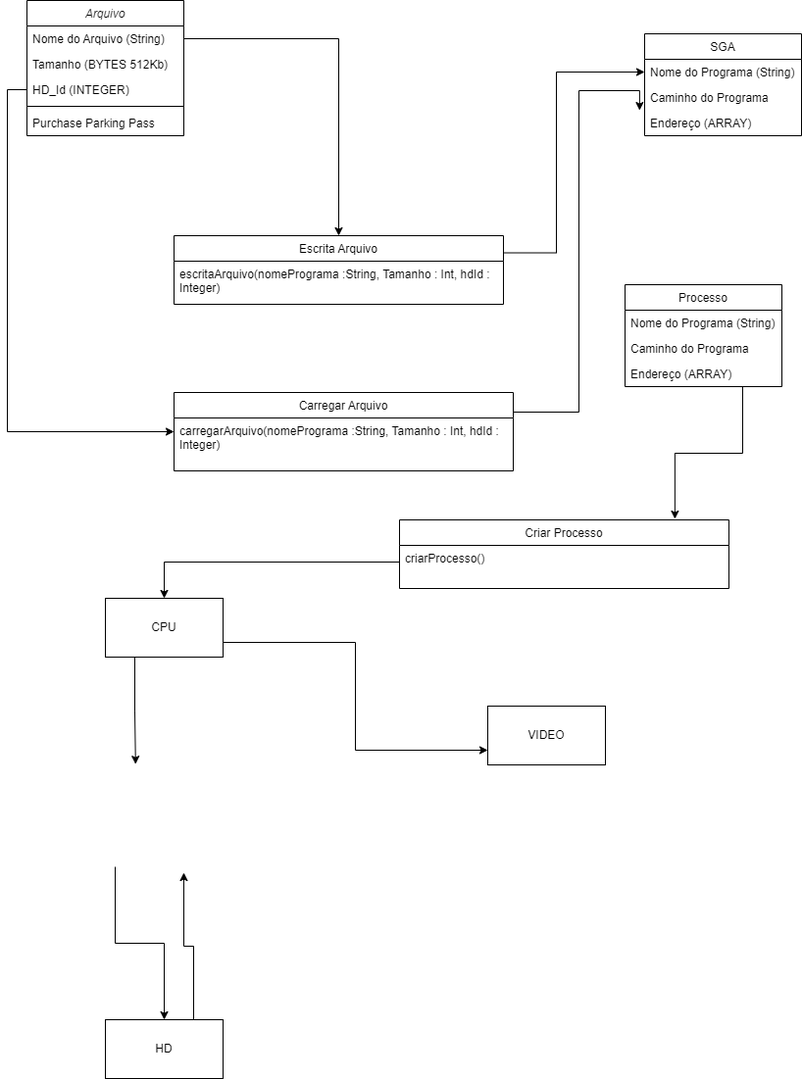
The draw.io diagram UML.drawio.png in MatheusRCapanema/DOOR.10, before a commit. Source tidied: cells renumbered, new cells last; positions are measured from the earlier drawing's top-left corner, leaving out a move shared by most shapes.
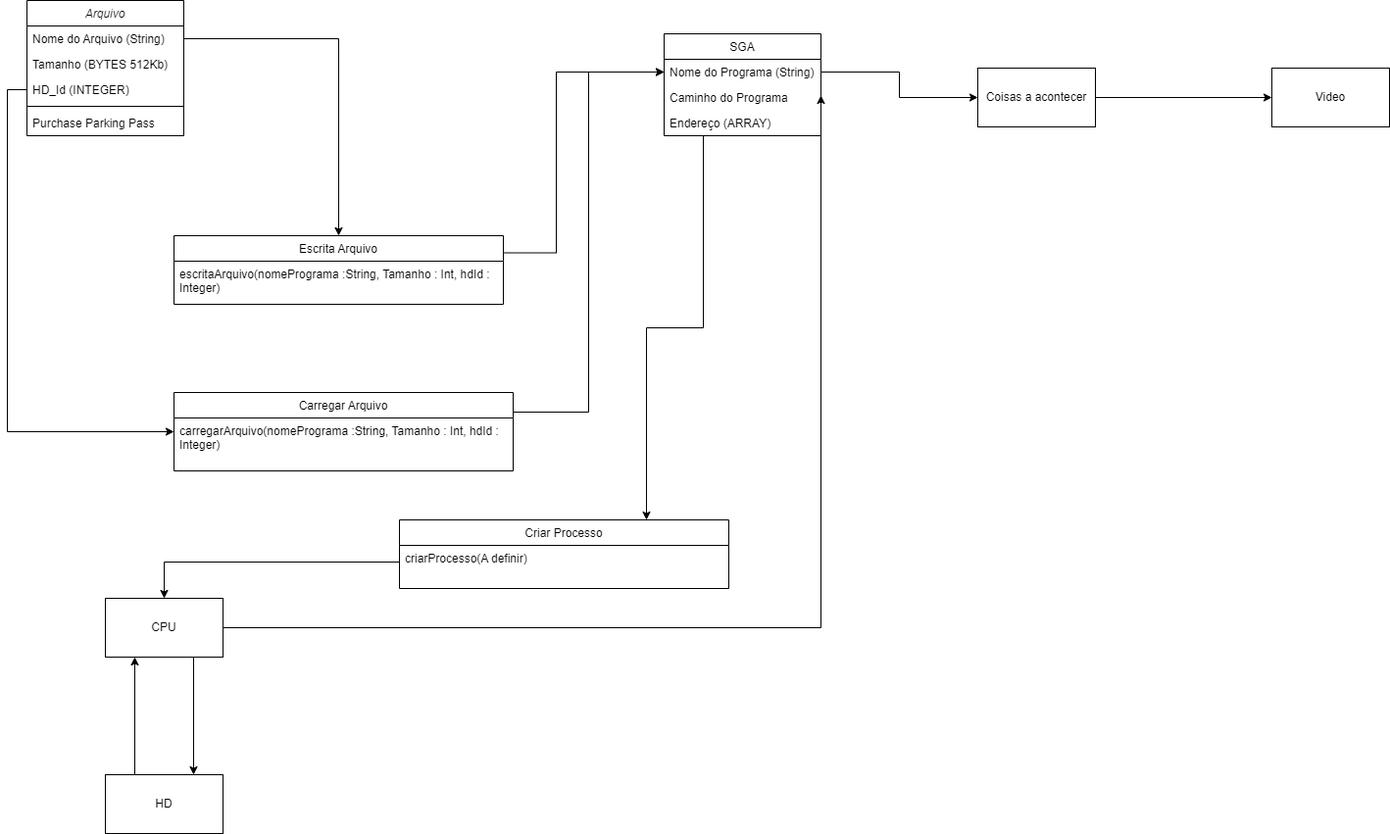
Later version of the same file.

The edit, as a diff of the source:
```diff
@@ -20,8 +20,9 @@
     <mxCell id="7" value="Purchase Parking Pass" style="text;align=left;verticalAlign=top;spacingLeft=4;spacingRight=4;overflow=hidden;" parent="2" vertex="1">
       <mxGeometry y="112" width="160" height="26" as="geometry" />
     </mxCell>
-    <mxCell id="8" style="edgeStyle=orthogonalEdgeStyle;rounded=0;jettySize=auto;html=1;exitX=1;exitY=0.25;exitDx=0;exitDy=0;entryX=0;entryY=0.5;entryDx=0;entryDy=0;" parent="1" edge="1" source="9" target="32">
+    <mxCell id="8" style="edgeStyle=orthogonalEdgeStyle;rounded=0;jettySize=auto;html=1;exitX=1;exitY=0.25;exitDx=0;exitDy=0;entryX=0;entryY=0.5;entryDx=0;entryDy=0;" parent="1" edge="1" source="9">
       <mxGeometry relative="1" as="geometry">
+        <mxPoint x="650" y="73" as="targetPoint" />
         <Array as="points">
           <mxPoint x="540" y="258" />
           <mxPoint x="540" y="73" />
@@ -34,7 +35,7 @@
     <mxCell id="10" value="escritaArquivo(nomePrograma :String, Tamanho : Int, hdId : &#10;Integer)" style="text;align=left;verticalAlign=top;spacingLeft=4;spacingRight=4;overflow=hidden;rounded=0;shadow=0;html=0;" parent="9" vertex="1">
       <mxGeometry y="26" width="336" height="34" as="geometry" />
     </mxCell>
-    <mxCell id="11" style="edgeStyle=orthogonalEdgeStyle;rounded=0;jettySize=auto;html=1;exitX=1;exitY=0.25;exitDx=0;exitDy=0;entryX=-0.032;entryY=0.005;entryDx=0;entryDy=0;entryPerimeter=0;" parent="1" edge="1" source="12" target="34">
+    <mxCell id="11" style="edgeStyle=orthogonalEdgeStyle;rounded=0;jettySize=auto;html=1;exitX=1;exitY=0.25;exitDx=0;exitDy=0;entryX=0;entryY=0.5;entryDx=0;entryDy=0;" parent="1" edge="1" source="12" target="33">
       <mxGeometry relative="1" as="geometry" />
     </mxCell>
     <mxCell id="12" value="Carregar Arquivo" style="swimlane;fontStyle=0;align=center;verticalAlign=top;horizontal=1;startSize=26;rounded=0;shadow=0;strokeWidth=1;" parent="1" vertex="1">
@@ -43,74 +44,64 @@
     <mxCell id="13" value="carregarArquivo(nomePrograma :String, Tamanho : Int, hdId : &#10;Integer)" style="text;align=left;verticalAlign=top;spacingLeft=4;spacingRight=4;overflow=hidden;rounded=0;shadow=0;html=0;" parent="12" vertex="1">
       <mxGeometry y="26" width="346" height="54" as="geometry" />
     </mxCell>
-    <mxCell id="14" style="edgeStyle=orthogonalEdgeStyle;rounded=0;jettySize=auto;html=1;exitX=0.75;exitY=1;exitDx=0;exitDy=0;entryX=0.836;entryY=-0.014;entryDx=0;entryDy=0;entryPerimeter=0;" parent="1" edge="1" source="15" target="27">
-      <mxGeometry relative="1" as="geometry" />
-    </mxCell>
-    <mxCell id="15" value="Processo" style="swimlane;fontStyle=0;align=center;verticalAlign=top;horizontal=1;startSize=26;rounded=0;shadow=0;strokeWidth=1;" parent="1" vertex="1">
-      <mxGeometry x="610" y="290" width="160" height="104" as="geometry" />
-    </mxCell>
-    <mxCell id="16" value="Nome do Programa (String)" style="text;align=left;verticalAlign=top;spacingLeft=4;spacingRight=4;overflow=hidden;" parent="15" vertex="1">
-      <mxGeometry y="26" width="160" height="26" as="geometry" />
-    </mxCell>
-    <mxCell id="17" value="Caminho do Programa" style="text;align=left;verticalAlign=top;spacingLeft=4;spacingRight=4;overflow=hidden;rounded=0;shadow=0;html=0;" parent="15" vertex="1">
-      <mxGeometry y="52" width="160" height="26" as="geometry" />
-    </mxCell>
-    <mxCell id="18" value="Endereço (ARRAY)" style="text;align=left;verticalAlign=top;spacingLeft=4;spacingRight=4;overflow=hidden;rounded=0;shadow=0;html=0;" parent="15" vertex="1">
-      <mxGeometry y="78" width="160" height="22" as="geometry" />
-    </mxCell>
     <mxCell id="19" style="edgeStyle=orthogonalEdgeStyle;rounded=0;jettySize=auto;html=1;exitX=1;exitY=0.5;exitDx=0;exitDy=0;entryX=0.5;entryY=0;entryDx=0;entryDy=0;" parent="1" edge="1" source="3" target="9">
       <mxGeometry relative="1" as="geometry" />
     </mxCell>
     <mxCell id="20" style="edgeStyle=orthogonalEdgeStyle;rounded=0;jettySize=auto;html=1;exitX=0;exitY=0.5;exitDx=0;exitDy=0;entryX=0;entryY=0.5;entryDx=0;entryDy=0;" parent="1" edge="1" source="5" target="12">
       <mxGeometry relative="1" as="geometry" />
     </mxCell>
-    <mxCell id="21" style="edgeStyle=orthogonalEdgeStyle;rounded=0;jettySize=auto;html=1;exitX=1;exitY=0.75;exitDx=0;exitDy=0;entryX=0;entryY=0.75;entryDx=0;entryDy=0;" parent="1" edge="1" source="23" target="26">
-      <mxGeometry relative="1" as="geometry" />
-    </mxCell>
-    <mxCell id="22" style="edgeStyle=orthogonalEdgeStyle;rounded=0;jettySize=auto;html=1;exitX=0.25;exitY=1;exitDx=0;exitDy=0;entryX=0.38;entryY=-0.008;entryDx=0;entryDy=0;entryPerimeter=0;" parent="1" edge="1" source="23">
-      <mxGeometry relative="1" as="geometry">
-        <mxPoint x="110.8" y="779.2" as="targetPoint" />
-      </mxGeometry>
-    </mxCell>
+    <mxCell id="35" style="edgeStyle=orthogonalEdgeStyle;rounded=0;jettySize=auto;html=1;exitX=0.75;exitY=1;exitDx=0;exitDy=0;entryX=0.75;entryY=0;entryDx=0;entryDy=0;" parent="1" edge="1" source="23" target="25">
+      <mxGeometry relative="1" as="geometry" />
+    </mxCell>
+    <mxCell id="36" style="edgeStyle=orthogonalEdgeStyle;rounded=0;jettySize=auto;html=1;exitX=1;exitY=0.5;exitDx=0;exitDy=0;entryX=1;entryY=0.5;entryDx=0;entryDy=0;" parent="1" edge="1" source="23">
+      <mxGeometry relative="1" as="geometry">
+        <mxPoint x="810" y="97" as="targetPoint" />
+      </mxGeometry>
+    </mxCell>
     <mxCell id="23" value="CPU" style="rounded=0;whiteSpace=wrap;html=1;" parent="1" vertex="1">
       <mxGeometry x="80" y="610" width="120" height="60" as="geometry" />
     </mxCell>
-    <mxCell id="24" style="edgeStyle=orthogonalEdgeStyle;rounded=0;jettySize=auto;html=1;exitX=0.75;exitY=0;exitDx=0;exitDy=0;" parent="1" edge="1" source="25">
-      <mxGeometry relative="1" as="geometry">
-        <mxPoint x="160" y="890" as="targetPoint" />
-      </mxGeometry>
-    </mxCell>
+    <mxCell id="37" style="edgeStyle=orthogonalEdgeStyle;rounded=0;jettySize=auto;html=1;exitX=0.25;exitY=0;exitDx=0;exitDy=0;entryX=0.25;entryY=1;entryDx=0;entryDy=0;" parent="1" edge="1" source="25" target="23">
+      <mxGeometry relative="1" as="geometry" />
+    </mxCell>
     <mxCell id="25" value="HD" style="rounded=0;whiteSpace=wrap;html=1;" parent="1" vertex="1">
-      <mxGeometry x="80" y="1040" width="120" height="60" as="geometry" />
+      <mxGeometry x="80" y="790" width="120" height="60" as="geometry" />
     </mxCell>
-    <mxCell id="26" value="VIDEO" style="rounded=0;whiteSpace=wrap;html=1;" parent="1" vertex="1">
-      <mxGeometry x="470" y="720" width="120" height="60" as="geometry" />
-    </mxCell>
     <mxCell id="27" value="Criar Processo" style="swimlane;fontStyle=0;align=center;verticalAlign=top;horizontal=1;startSize=26;rounded=0;shadow=0;strokeWidth=1;" parent="1" vertex="1">
       <mxGeometry x="380" y="530" width="336" height="70" as="geometry" />
     </mxCell>
-    <mxCell id="28" value="criarProcesso()" style="text;align=left;verticalAlign=top;spacingLeft=4;spacingRight=4;overflow=hidden;points=[[0,0.5],[1,0.5]];portConstraint=eastwest;rounded=0;shadow=0;html=0;" parent="27" vertex="1">
+    <mxCell id="28" value="criarProcesso(A definir)" style="text;align=left;verticalAlign=top;spacingLeft=4;spacingRight=4;overflow=hidden;points=[[0,0.5],[1,0.5]];portConstraint=eastwest;rounded=0;shadow=0;html=0;" parent="27" vertex="1">
       <mxGeometry y="26" width="336" height="34" as="geometry" />
     </mxCell>
     <mxCell id="29" style="edgeStyle=orthogonalEdgeStyle;rounded=0;jettySize=auto;html=1;exitX=0;exitY=0.5;exitDx=0;exitDy=0;entryX=0.5;entryY=0;entryDx=0;entryDy=0;" parent="1" edge="1" source="28" target="23">
       <mxGeometry relative="1" as="geometry" />
     </mxCell>
-    <mxCell id="30" style="edgeStyle=orthogonalEdgeStyle;rounded=0;jettySize=auto;html=1;exitX=0.25;exitY=1;exitDx=0;exitDy=0;entryX=0.5;entryY=0;entryDx=0;entryDy=0;" parent="1" edge="1" target="25">
-      <mxGeometry relative="1" as="geometry">
-        <mxPoint x="90" y="884" as="sourcePoint" />
-      </mxGeometry>
-    </mxCell>
+    <mxCell id="38" style="edgeStyle=orthogonalEdgeStyle;rounded=0;jettySize=auto;html=1;exitX=0.25;exitY=1;exitDx=0;exitDy=0;entryX=0.75;entryY=0;entryDx=0;entryDy=0;" parent="1" edge="1" source="31" target="27">
+      <mxGeometry relative="1" as="geometry" />
+    </mxCell>
     <mxCell id="31" value="SGA" style="swimlane;fontStyle=0;align=center;verticalAlign=top;horizontal=1;startSize=26;rounded=0;shadow=0;strokeWidth=1;" parent="1" vertex="1">
-      <mxGeometry x="630" y="34" width="160" height="104" as="geometry" />
+      <mxGeometry x="650" y="34" width="160" height="104" as="geometry" />
     </mxCell>
-    <mxCell id="32" value="Nome do Programa (String)" style="text;align=left;verticalAlign=top;spacingLeft=4;spacingRight=4;overflow=hidden;points=[[0,0.5],[1,0.5]];portConstraint=eastwest;" parent="31" vertex="1">
-      <mxGeometry y="26" width="160" height="26" as="geometry" />
-    </mxCell>
-    <mxCell id="33" value="Caminho do Programa" style="text;align=left;verticalAlign=top;spacingLeft=4;spacingRight=4;overflow=hidden;points=[[0,0.5],[1,0.5]];portConstraint=eastwest;rounded=0;shadow=0;html=0;" parent="31" vertex="1">
-      <mxGeometry y="52" width="160" height="26" as="geometry" />
+    <mxCell id="33" value="Nome do Programa (String)" style="text;align=left;verticalAlign=top;spacingLeft=4;spacingRight=4;overflow=hidden;points=[[0,0.5],[1,0.5]];portConstraint=eastwest;rounded=0;shadow=0;html=0;" parent="31" vertex="1">
+      <mxGeometry y="26" width="160" height="26" as="geometry" />
     </mxCell>
-    <mxCell id="34" value="Endereço (ARRAY)" style="text;align=left;verticalAlign=top;spacingLeft=4;spacingRight=4;overflow=hidden;points=[[0,0.5],[1,0.5]];portConstraint=eastwest;rounded=0;shadow=0;html=0;" parent="31" vertex="1">
-      <mxGeometry y="78" width="160" height="22" as="geometry" />
-    </mxCell>
+    <mxCell id="17" value="Caminho do Programa" style="text;align=left;verticalAlign=top;spacingLeft=4;spacingRight=4;overflow=hidden;rounded=0;shadow=0;html=0;" parent="31" vertex="1">
+      <mxGeometry y="52" width="160" height="26" as="geometry" />
+    </mxCell>
+    <mxCell id="18" value="Endereço (ARRAY)" style="text;align=left;verticalAlign=top;spacingLeft=4;spacingRight=4;overflow=hidden;rounded=0;shadow=0;html=0;" parent="31" vertex="1">
+      <mxGeometry y="78" width="160" height="22" as="geometry" />
+    </mxCell>
+    <mxCell id="39" style="edgeStyle=orthogonalEdgeStyle;rounded=0;jettySize=auto;html=1;exitX=1;exitY=0.5;exitDx=0;exitDy=0;entryX=0;entryY=0.5;entryDx=0;entryDy=0;" parent="1" edge="1" source="33" target="41">
+      <mxGeometry relative="1" as="geometry" />
+    </mxCell>
+    <mxCell id="40" style="edgeStyle=orthogonalEdgeStyle;rounded=0;jettySize=auto;html=1;exitX=1;exitY=0.5;exitDx=0;exitDy=0;entryX=0;entryY=0.5;entryDx=0;entryDy=0;" parent="1" edge="1" source="41" target="42">
+      <mxGeometry relative="1" as="geometry" />
+    </mxCell>
+    <mxCell id="41" value="Coisas a acontecer" style="rounded=0;whiteSpace=wrap;html=1;" parent="1" vertex="1">
+      <mxGeometry x="970" y="69" width="120" height="60" as="geometry" />
+    </mxCell>
+    <mxCell id="42" value="Video" style="rounded=0;whiteSpace=wrap;html=1;" parent="1" vertex="1">
+      <mxGeometry x="1270" y="69" width="120" height="60" as="geometry" />
+    </mxCell>
   </root>
 </mxGraphModel>
```
